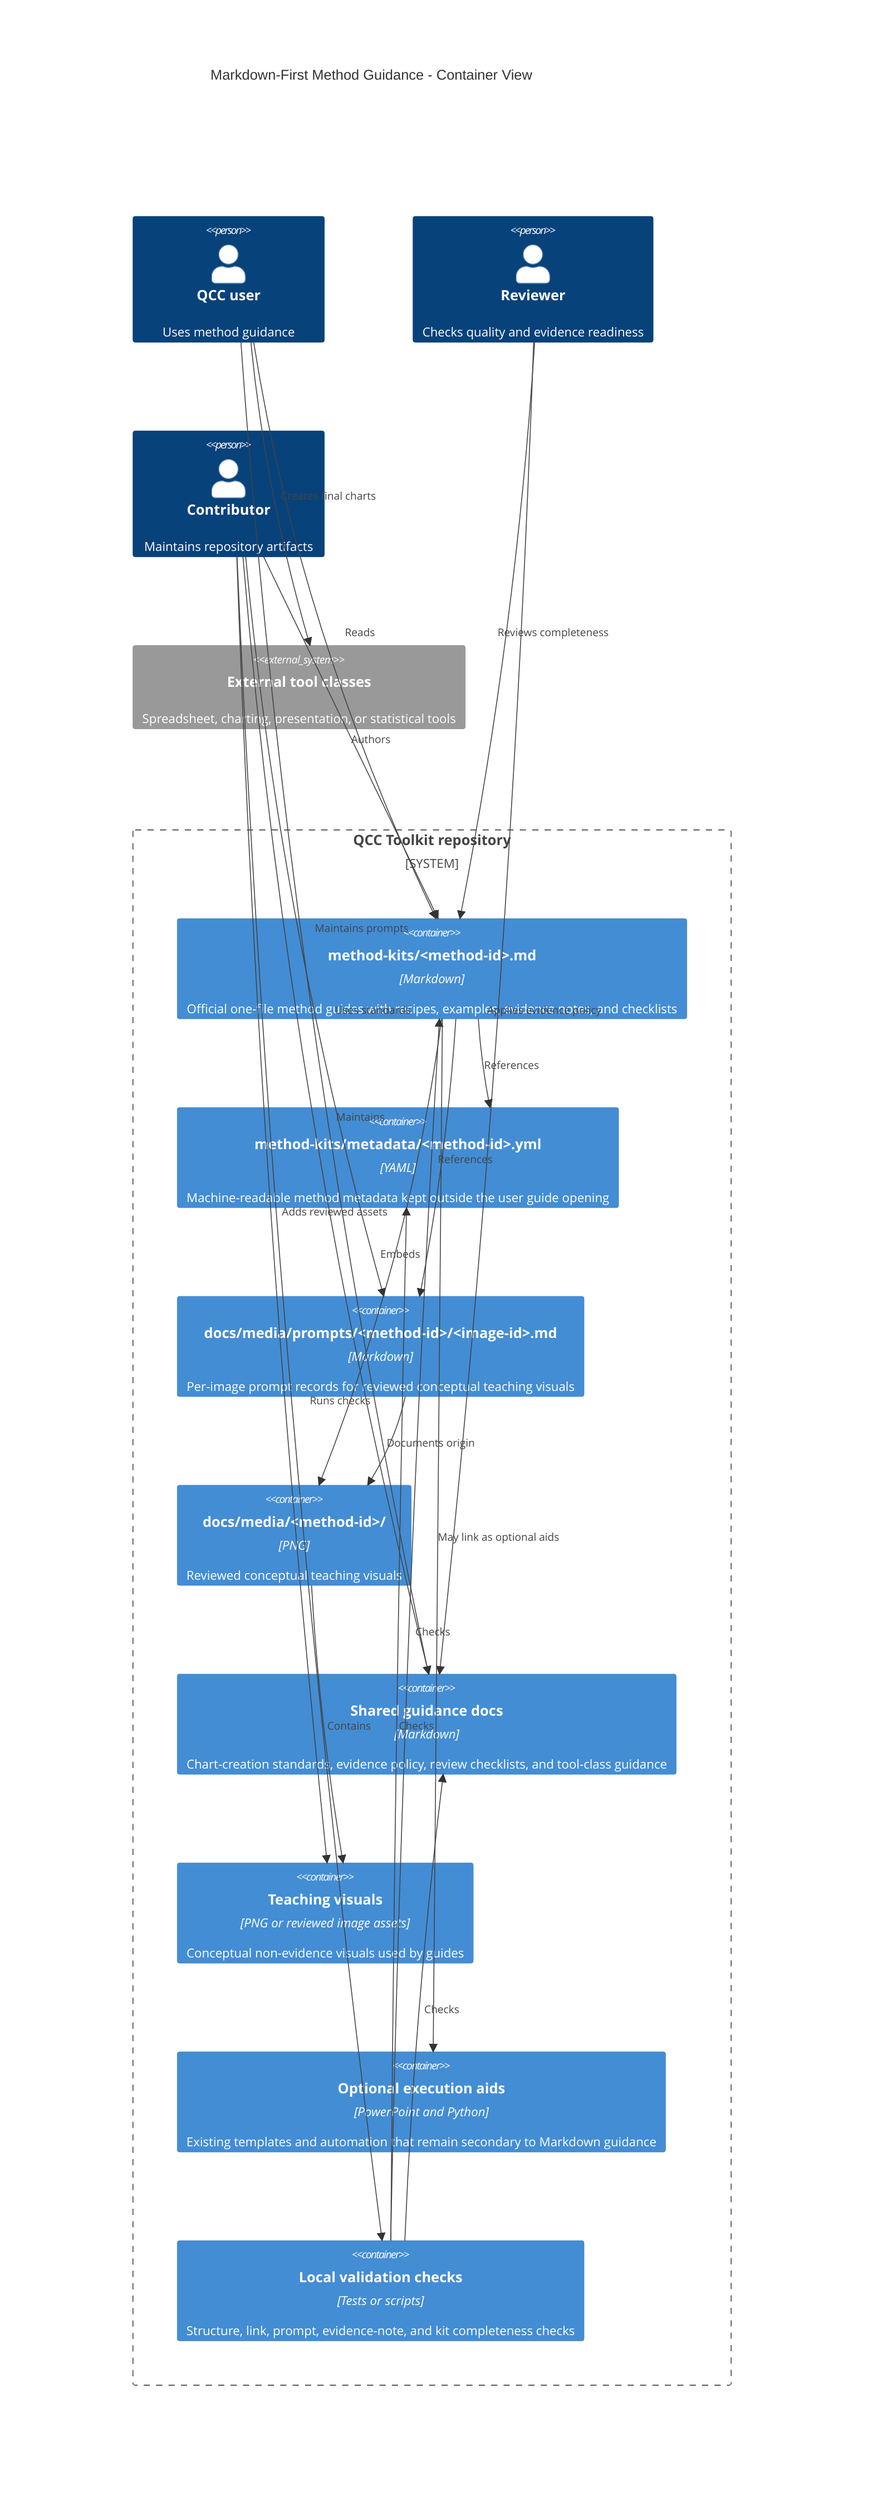
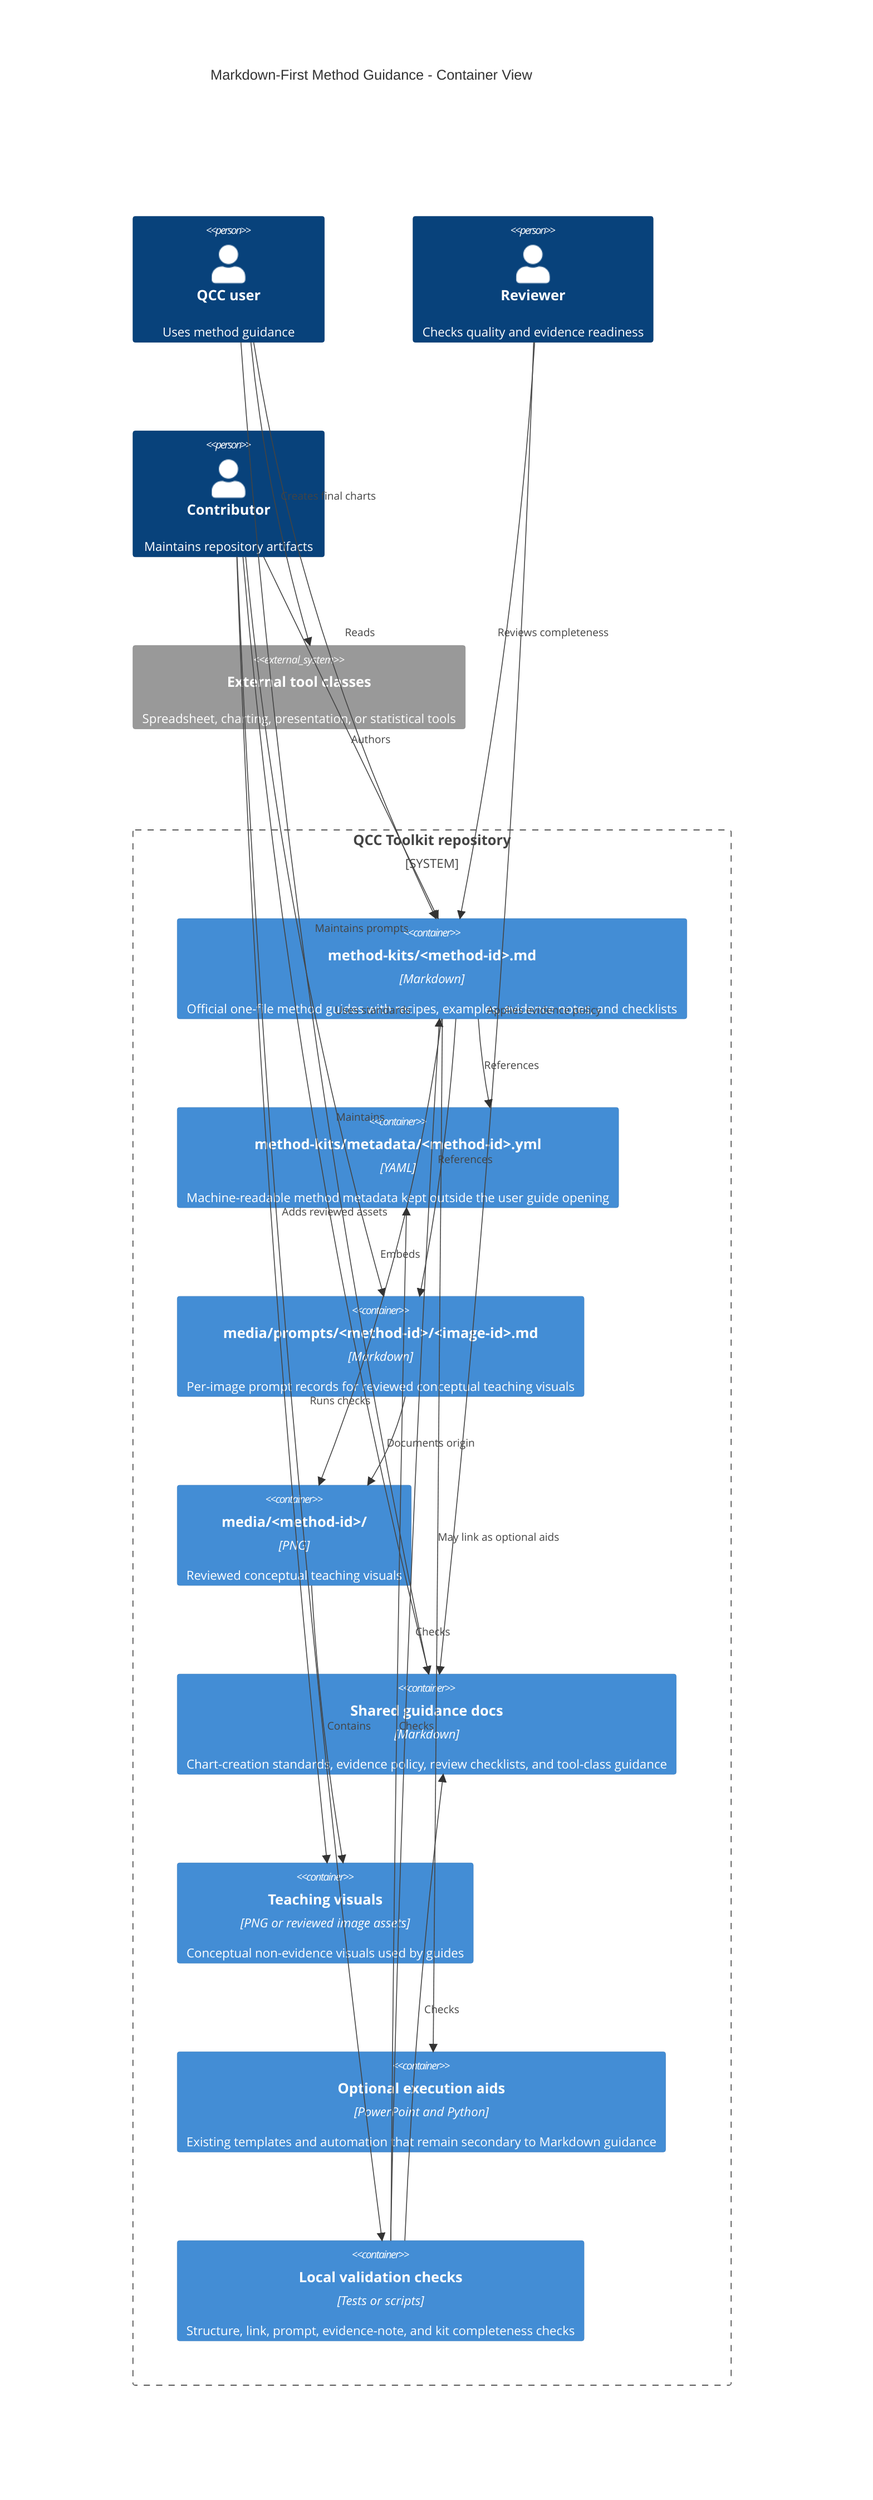
C4Container
  title Markdown-First Method Guidance - Container View

  Person(user, "QCC user", "Uses method guidance")
  Person(reviewer, "Reviewer", "Checks quality and evidence readiness")
  Person(contributor, "Contributor", "Maintains repository artifacts")

  System_Boundary(repo, "QCC Toolkit repository") {
    Container(method_kits, "method-kits/<method-id>.md", "Markdown", "Official one-file method guides with recipes, examples, evidence notes, and checklists")
    Container(method_metadata, "method-kits/metadata/<method-id>.yml", "YAML", "Machine-readable method metadata kept outside the user guide opening")
-     Container(prompt_records, "docs/media/prompts/<method-id>/<image-id>.md", "Markdown", "Per-image prompt records for reviewed conceptual teaching visuals")
-     Container(method_media, "docs/media/<method-id>/", "PNG", "Reviewed conceptual teaching visuals")
+     Container(prompt_records, "media/prompts/<method-id>/<image-id>.md", "Markdown", "Per-image prompt records for reviewed conceptual teaching visuals")
+     Container(method_media, "media/<method-id>/", "PNG", "Reviewed conceptual teaching visuals")
    Container(shared_guidance, "Shared guidance docs", "Markdown", "Chart-creation standards, evidence policy, review checklists, and tool-class guidance")
    Container(teaching_assets, "Teaching visuals", "PNG or reviewed image assets", "Conceptual non-evidence visuals used by guides")
    Container(optional_aids, "Optional execution aids", "PowerPoint and Python", "Existing templates and automation that remain secondary to Markdown guidance")
    Container(validation, "Local validation checks", "Tests or scripts", "Structure, link, prompt, evidence-note, and kit completeness checks")
  }

  System_Ext(tool, "External tool classes", "Spreadsheet, charting, presentation, or statistical tools")

  Rel(contributor, method_kits, "Authors")
  Rel(contributor, shared_guidance, "Maintains")
  Rel(contributor, prompt_records, "Maintains prompts")
  Rel(contributor, teaching_assets, "Adds reviewed assets")
  Rel(contributor, validation, "Runs checks")
  Rel(user, method_kits, "Reads")
  Rel(user, shared_guidance, "Uses standards")
  Rel(user, tool, "Creates final charts")
  Rel(reviewer, method_kits, "Reviews completeness")
  Rel(reviewer, shared_guidance, "Applies evidence policy")
  Rel(method_kits, prompt_records, "References")
  Rel(method_kits, method_metadata, "References")
  Rel(method_kits, method_media, "Embeds")
  Rel(validation, method_metadata, "Checks")
  Rel(prompt_records, method_media, "Documents origin")
  Rel(method_media, teaching_assets, "Contains")
  Rel(method_kits, optional_aids, "May link as optional aids")
  Rel(validation, method_kits, "Checks")
  Rel(validation, shared_guidance, "Checks")
